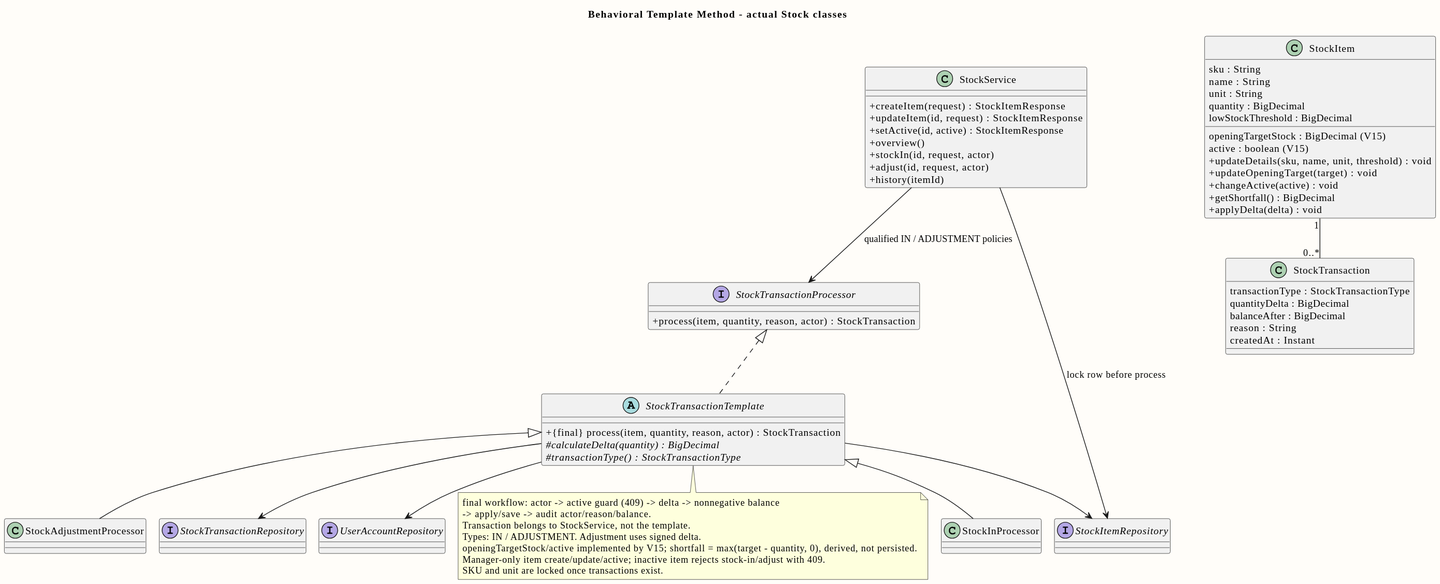
Before: doc/diagrams/previews/class-stock-template.svg, a diagram exported from PlantUML (PavaritPramual/buffet-restaurant-management-system).
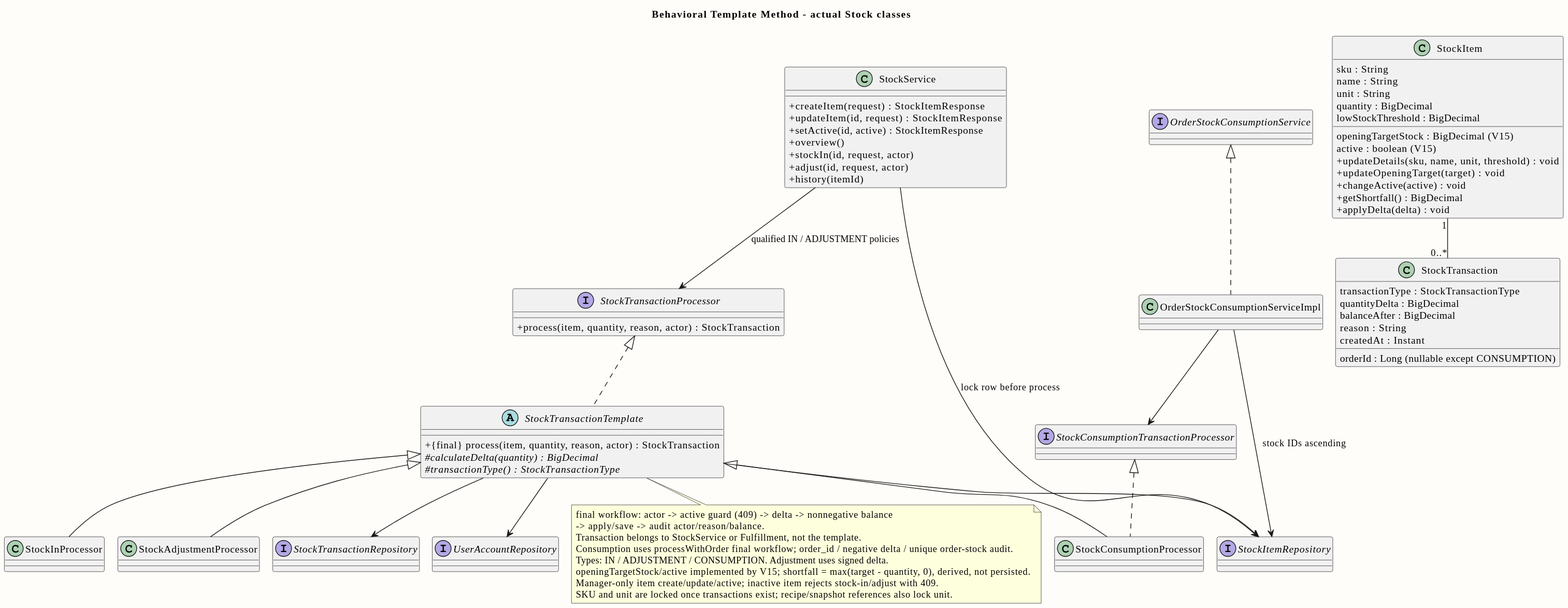
Later version of the same file.

The edit, as a diff of the source:
```diff
@@ -39,6 +39,7 @@
  +applyDelta(delta) : void
 }
 class StockTransaction {
+ orderId : Long (nullable except CONSUMPTION)
  transactionType : StockTransactionType
  quantityDelta : BigDecimal
  balanceAfter : BigDecimal
@@ -48,6 +49,15 @@
 interface StockItemRepository
 interface StockTransactionRepository
 interface UserAccountRepository
+class StockConsumptionProcessor
+interface StockConsumptionTransactionProcessor
+interface OrderStockConsumptionService
+class OrderStockConsumptionServiceImpl
+StockTransactionTemplate <|-- StockConsumptionProcessor
+StockConsumptionTransactionProcessor <|.. StockConsumptionProcessor
+OrderStockConsumptionService <|.. OrderStockConsumptionServiceImpl
+OrderStockConsumptionServiceImpl --> StockConsumptionTransactionProcessor
+OrderStockConsumptionServiceImpl --> StockItemRepository : stock IDs ascending
 StockTransactionTemplate <|-- StockInProcessor
 StockTransactionTemplate <|-- StockAdjustmentProcessor
 StockTransactionProcessor <|.. StockTransactionTemplate
@@ -60,10 +70,11 @@
 note bottom of StockTransactionTemplate
  final workflow: actor -> active guard (409) -> delta -> nonnegative balance
  -> apply/save -> audit actor/reason/balance.
- Transaction belongs to StockService, not the template.
- Types: IN / ADJUSTMENT. Adjustment uses signed delta.
+ Transaction belongs to StockService or Fulfillment, not the template.
+ Consumption uses processWithOrder final workflow; order_id / negative delta / unique order-stock audit.
+ Types: IN / ADJUSTMENT / CONSUMPTION. Adjustment uses signed delta.
  openingTargetStock/active implemented by V15; shortfall = max(target - quantity, 0), derived, not persisted.
  Manager-only item create/update/active; inactive item rejects stock-in/adjust with 409.
- SKU and unit are locked once transactions exist.
+ SKU and unit are locked once transactions exist; recipe/snapshot references also lock unit.
 end note
 @enduml
```
